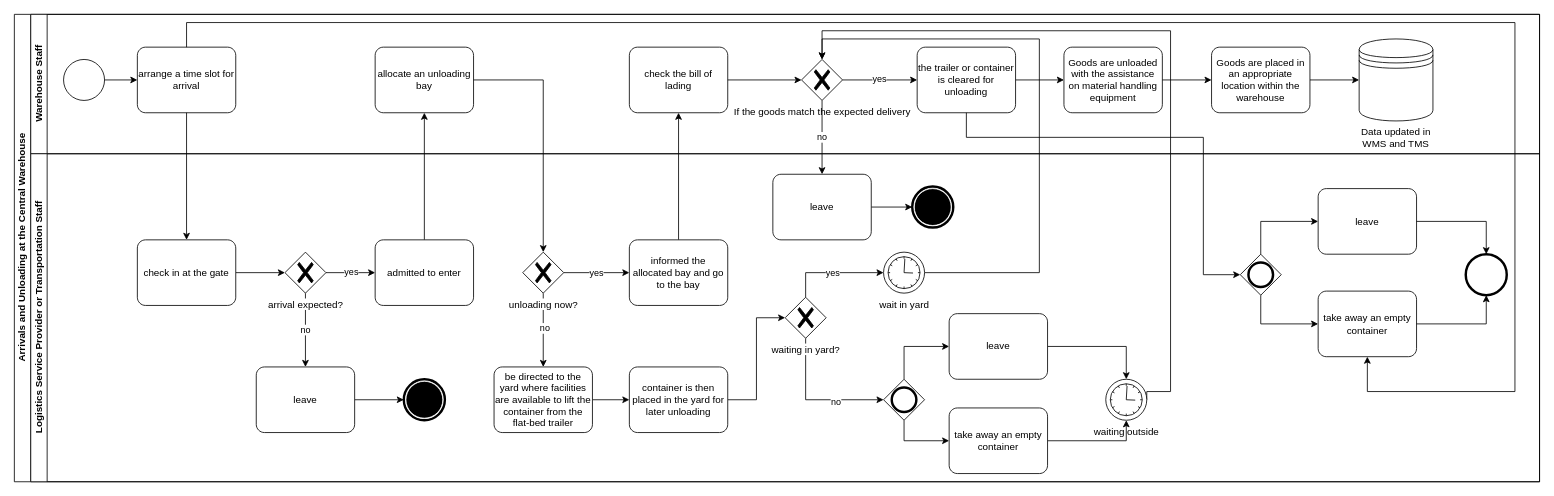
cky008/note-nuist keeps this draw.io diagram as others/BPMN-Arrivals and Unloading at the Central Warehouse.drawio. Above is the earlier version. Source tidied: cells renumbered, new cells numbered last; positions are measured from the earlier drawing's top-left corner, leaving out a move shared by most shapes. Both pictures are drawn from the tidied source at 82%, with x=0, y=0 at pixel (14, 14).
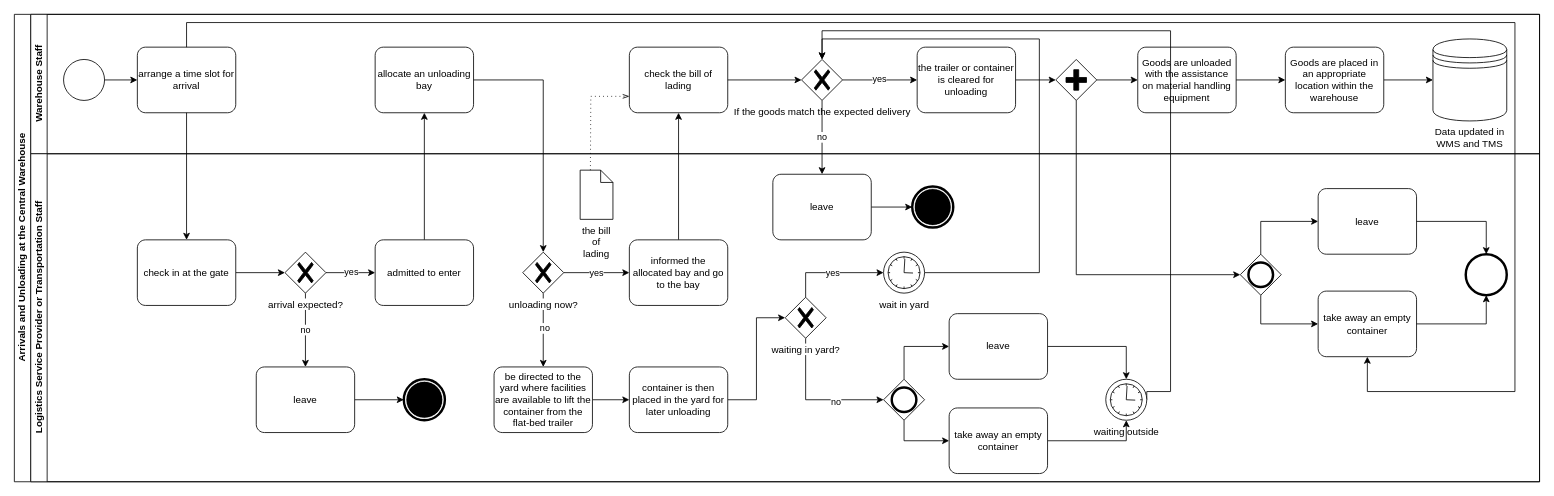
The same page after the edit.

Unchanged cells that the change refers to:
```xml
<mxCell id="2" value="Arrivals and Unloading at the Central Warehouse" style="swimlane;html=1;horizontal=0;startSize=20;" parent="1" vertex="1">
  <mxGeometry width="1860" height="570" as="geometry" />
</mxCell>
<mxCell id="3" value="Warehouse Staff" style="swimlane;html=1;startSize=20;horizontal=0;" parent="2" vertex="1">
  <mxGeometry x="20" width="1840" height="170" as="geometry" />
</mxCell>
<mxCell id="8" value="check the bill of lading" style="points=[[0.25,0,0],[0.5,0,0],[0.75,0,0],[1,0.25,0],[1,0.5,0],[1,0.75,0],[0.75,1,0],[0.5,1,0],[0.25,1,0],[0,0.75,0],[0,0.5,0],[0,0.25,0]];shape=mxgraph.bpmn.task;whiteSpace=wrap;rectStyle=rounded;size=10;html=1;taskMarker=abstract;" parent="3" vertex="1">
  <mxGeometry x="730" y="40" width="120" height="80" as="geometry" />
</mxCell>
<mxCell id="14" value="the trailer or container is cleared for unloading" style="points=[[0.25,0,0],[0.5,0,0],[0.75,0,0],[1,0.25,0],[1,0.5,0],[1,0.75,0],[0.75,1,0],[0.5,1,0],[0.25,1,0],[0,0.75,0],[0,0.5,0],[0,0.25,0]];shape=mxgraph.bpmn.task;whiteSpace=wrap;rectStyle=rounded;size=10;html=1;taskMarker=abstract;" parent="3" vertex="1">
  <mxGeometry x="1081" y="40" width="120" height="80" as="geometry" />
</mxCell>
<mxCell id="29" value="Logistics Service Provider or&amp;nbsp;Transportation Staff" style="swimlane;html=1;startSize=20;horizontal=0;" parent="2" vertex="1">
  <mxGeometry x="20" y="170" width="1840" height="400" as="geometry" />
</mxCell>
<mxCell id="67" style="points=[[0.25,0.25,0],[0.5,0,0],[0.75,0.25,0],[1,0.5,0],[0.75,0.75,0],[0.5,1,0],[0.25,0.75,0],[0,0.5,0]];shape=mxgraph.bpmn.gateway2;html=1;verticalLabelPosition=bottom;labelBackgroundColor=#ffffff;verticalAlign=top;align=center;perimeter=rhombusPerimeter;outlineConnect=0;outline=end;symbol=general;" parent="29" vertex="1">
  <mxGeometry x="1475" y="122.5" width="50" height="50" as="geometry" />
</mxCell>
```

The edit, as a diff of the source:
```diff
@@
-    <mxCell id="13" style="edgeStyle=orthogonalEdgeStyle;rounded=0;jettySize=auto;html=1;" parent="3" edge="1" source="14" target="15">
-      <mxGeometry relative="1" as="geometry" />
-    </mxCell>
+    <mxCell id="73" style="edgeStyle=orthogonalEdgeStyle;rounded=0;jettySize=auto;html=1;" parent="3" edge="1" source="14" target="75">
+      <mxGeometry relative="1" as="geometry" />
+    </mxCell>
@@
     <mxCell id="15" value="Goods are unloaded with the assistance on material handling equipment" style="points=[[0.25,0,0],[0.5,0,0],[0.75,0,0],[1,0.25,0],[1,0.5,0],[1,0.75,0],[0.75,1,0],[0.5,1,0],[0.25,1,0],[0,0.75,0],[0,0.5,0],[0,0.25,0]];shape=mxgraph.bpmn.task;whiteSpace=wrap;rectStyle=rounded;size=10;html=1;taskMarker=abstract;" parent="3" vertex="1">
-      <mxGeometry x="1260" y="40" width="120" height="80" as="geometry" />
+      <mxGeometry x="1350" y="40" width="120" height="80" as="geometry" />
     </mxCell>
@@
     <mxCell id="17" value="Goods are&amp;nbsp;placed in an appropriate location within the warehouse" style="points=[[0.25,0,0],[0.5,0,0],[0.75,0,0],[1,0.25,0],[1,0.5,0],[1,0.75,0],[0.75,1,0],[0.5,1,0],[0.25,1,0],[0,0.75,0],[0,0.5,0],[0,0.25,0]];shape=mxgraph.bpmn.task;whiteSpace=wrap;rectStyle=rounded;size=10;html=1;taskMarker=abstract;" parent="3" vertex="1">
-      <mxGeometry x="1440" y="40" width="120" height="80" as="geometry" />
+      <mxGeometry x="1530" y="40" width="120" height="80" as="geometry" />
     </mxCell>
@@
     <mxCell id="19" value="Data updated in WMS and TMS" style="shape=datastore;whiteSpace=wrap;html=1;labelPosition=center;verticalLabelPosition=bottom;align=center;verticalAlign=top;" parent="3" vertex="1">
-      <mxGeometry x="1620" y="30" width="90" height="100" as="geometry" />
+      <mxGeometry x="1710" y="30" width="90" height="100" as="geometry" />
     </mxCell>
+    <mxCell id="74" style="edgeStyle=orthogonalEdgeStyle;rounded=0;jettySize=auto;html=1;" parent="3" edge="1" source="75" target="15">
+      <mxGeometry relative="1" as="geometry" />
+    </mxCell>
+    <mxCell id="75" style="points=[[0.25,0.25,0],[0.5,0,0],[0.75,0.25,0],[1,0.5,0],[0.75,0.75,0],[0.5,1,0],[0.25,0.75,0],[0,0.5,0]];shape=mxgraph.bpmn.gateway2;html=1;verticalLabelPosition=bottom;labelBackgroundColor=#ffffff;verticalAlign=top;align=center;perimeter=rhombusPerimeter;outlineConnect=0;outline=none;symbol=none;gwType=parallel;" parent="3" vertex="1">
+      <mxGeometry x="1250" y="55" width="50" height="50" as="geometry" />
+    </mxCell>
@@
-    <mxCell id="27" style="edgeStyle=orthogonalEdgeStyle;rounded=0;jettySize=auto;html=1;entryX=0;entryY=0.5;entryDx=0;entryDy=0;entryPerimeter=0;exitX=0.5;exitY=1;exitDx=0;exitDy=0;exitPerimeter=0;" parent="2" edge="1" source="14" target="67">
-      <mxGeometry relative="1" as="geometry">
-        <Array as="points">
-          <mxPoint x="1161" y="150" />
-          <mxPoint x="1450" y="150" />
-          <mxPoint x="1450" y="318" />
-        </Array>
-      </mxGeometry>
-    </mxCell>
@@
+    <mxCell id="76" value="the bill of lading" style="shape=mxgraph.bpmn.data;labelPosition=center;verticalLabelPosition=bottom;align=center;verticalAlign=top;whiteSpace=wrap;size=15;html=1;" parent="29" vertex="1">
+      <mxGeometry x="670" y="20" width="40" height="60" as="geometry" />
+    </mxCell>
+    <mxCell id="77" style="edgeStyle=elbowEdgeStyle;fontSize=12;html=1;endFill=0;startFill=0;endSize=6;startSize=6;dashed=1;dashPattern=1 4;endArrow=openThin;startArrow=none;rounded=0;entryX=0;entryY=0.75;entryDx=0;entryDy=0;entryPerimeter=0;exitX=0;exitY=0;exitDx=12.5;exitDy=0;exitPerimeter=0;" parent="2" edge="1" source="76" target="8">
+      <mxGeometry relative="1" as="geometry">
+        <Array as="points">
+          <mxPoint x="703" y="150" />
+        </Array>
+      </mxGeometry>
+    </mxCell>
+    <mxCell id="78" style="edgeStyle=orthogonalEdgeStyle;rounded=0;jettySize=auto;html=1;entryX=0;entryY=0.5;entryDx=0;entryDy=0;entryPerimeter=0;exitX=0.5;exitY=1;exitDx=0;exitDy=0;exitPerimeter=0;" parent="2" edge="1" source="75" target="67">
+      <mxGeometry relative="1" as="geometry" />
+    </mxCell>
```
